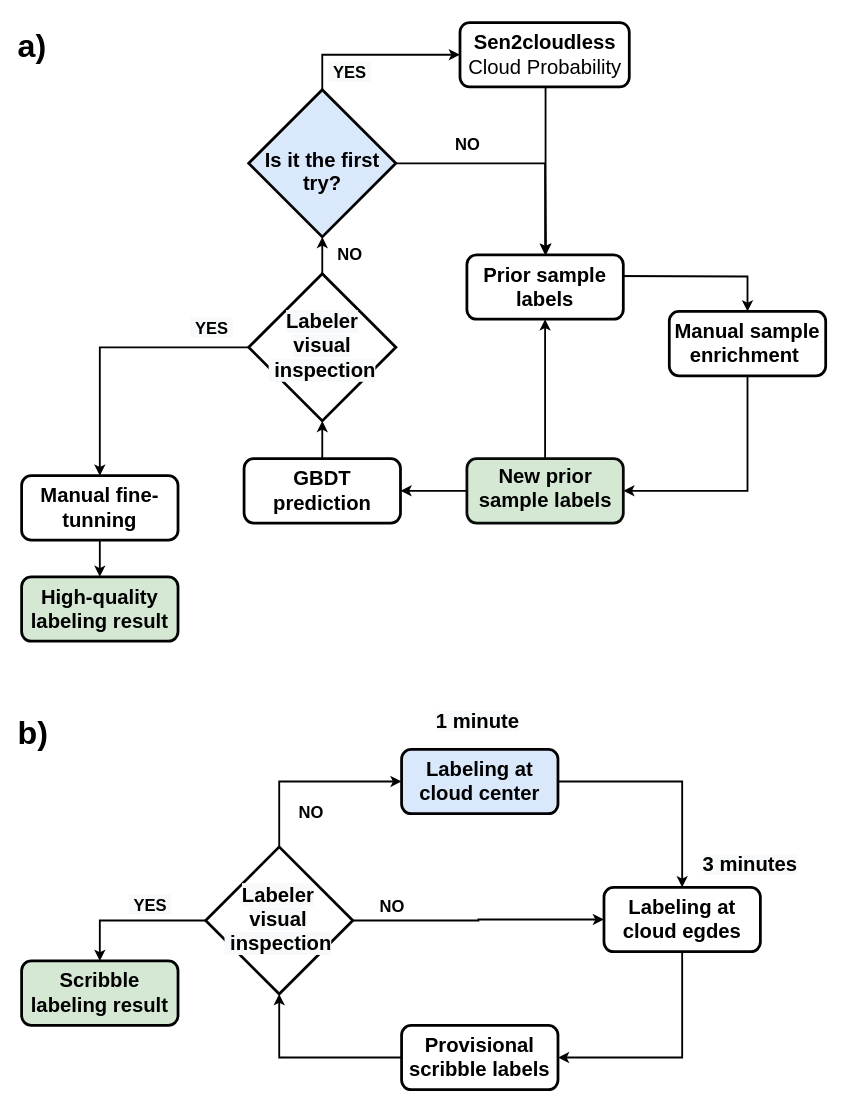
The draw.io diagram figure07/figure07.drawio in cloudsen12/figures, before the edit. Source tidied: cells renumbered, new cells numbered last; positions are measured from the earlier drawing's top-left corner, leaving out a move shared by most shapes. Both pictures are drawn from the tidied source at 92%, with x=0, y=0 at pixel (16, 16).
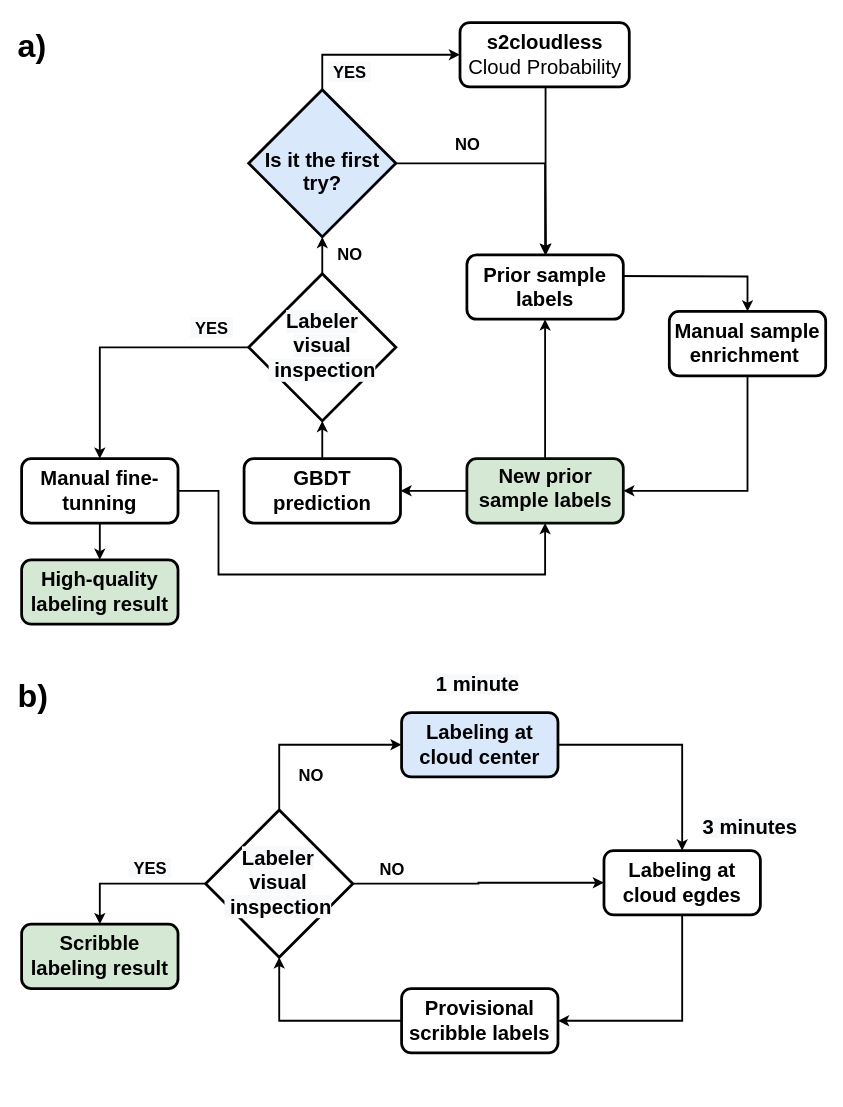
The same page after the edit.

The change refers to these unchanged cells:
```xml
<mxCell id="39" style="rounded=1;whiteSpace=wrap;html=1;fontSize=20;strokeWidth=3;fillColor=#d5e8d4;strokeColor=#070A06;" parent="1" vertex="1">
  <mxGeometry x="490" y="481" width="170" height="70" as="geometry" />
</mxCell>
```

Diff of the diagram source:
```diff
@@
     <mxCell id="2" style="rhombus;whiteSpace=wrap;html=1;strokeWidth=3;fillColor=none;" parent="1" vertex="1">
-      <mxGeometry x="206" y="903" width="160" height="160" as="geometry" />
+      <mxGeometry x="206" y="863" width="160" height="160" as="geometry" />
     </mxCell>
@@
     <mxCell id="6" value="&lt;b&gt;&lt;font style=&quot;font-size: 22px&quot;&gt;Labeling at cloud center&lt;/font&gt;&lt;/b&gt;" style="rounded=1;whiteSpace=wrap;html=1;fontSize=20;strokeWidth=3;fillColor=#dae8fc;" parent="1" vertex="1">
-      <mxGeometry x="419" y="797" width="170" height="70" as="geometry" />
+      <mxGeometry x="419" y="757" width="170" height="70" as="geometry" />
     </mxCell>
@@
     <mxCell id="8" value="&lt;b&gt;&lt;font style=&quot;font-size: 22px&quot;&gt;Labeling at cloud egdes&lt;/font&gt;&lt;/b&gt;" style="rounded=1;whiteSpace=wrap;html=1;fontSize=20;strokeWidth=3;" parent="1" vertex="1">
-      <mxGeometry x="639" y="947" width="170" height="70" as="geometry" />
+      <mxGeometry x="639" y="907" width="170" height="70" as="geometry" />
     </mxCell>
@@
     <mxCell id="10" value="&lt;b&gt;&lt;font style=&quot;font-size: 22px&quot;&gt;Provisional scribble labels&lt;/font&gt;&lt;/b&gt;" style="rounded=1;whiteSpace=wrap;html=1;fontSize=20;strokeWidth=3;" parent="1" vertex="1">
-      <mxGeometry x="419" y="1097" width="170" height="70" as="geometry" />
+      <mxGeometry x="419" y="1057" width="170" height="70" as="geometry" />
     </mxCell>
     <mxCell id="11" value="&lt;b&gt;&lt;font style=&quot;font-size: 22px&quot;&gt;Scribble labeling result&lt;/font&gt;&lt;/b&gt;" style="rounded=1;whiteSpace=wrap;html=1;fontSize=20;strokeWidth=3;fillColor=#d5e8d4;" parent="1" vertex="1">
-      <mxGeometry x="6" y="1027" width="170" height="70" as="geometry" />
+      <mxGeometry x="6" y="987" width="170" height="70" as="geometry" />
     </mxCell>
     <mxCell id="12" value="&lt;b style=&quot;color: rgb(0 , 0 , 0) ; font-family: &amp;#34;helvetica&amp;#34; ; font-style: normal ; letter-spacing: normal ; text-indent: 0px ; text-transform: none ; word-spacing: 0px ; background-color: rgb(248 , 249 , 250)&quot;&gt;&lt;font style=&quot;font-size: 22px&quot;&gt;1 minute&lt;/font&gt;&lt;/b&gt;" style="text;whiteSpace=wrap;html=1;fontSize=20;align=center;" parent="1" vertex="1">
-      <mxGeometry x="444" y="747" width="116" height="40" as="geometry" />
+      <mxGeometry x="444" y="707" width="116" height="40" as="geometry" />
     </mxCell>
     <mxCell id="13" value="&lt;b style=&quot;color: rgb(0 , 0 , 0) ; font-family: &amp;#34;helvetica&amp;#34; ; font-style: normal ; letter-spacing: normal ; text-indent: 0px ; text-transform: none ; word-spacing: 0px ; background-color: rgb(248 , 249 , 250)&quot;&gt;&lt;font style=&quot;font-size: 22px&quot;&gt;3 minutes&lt;/font&gt;&lt;/b&gt;" style="text;whiteSpace=wrap;html=1;fontSize=20;align=center;" parent="1" vertex="1">
-      <mxGeometry x="740" y="903" width="116" height="40" as="geometry" />
+      <mxGeometry x="740" y="863" width="116" height="40" as="geometry" />
     </mxCell>
@@
     <mxCell id="15" value="&lt;div style=&quot;text-align: center&quot;&gt;&lt;font face=&quot;helvetica&quot; size=&quot;1&quot;&gt;&lt;b style=&quot;font-size: 35px&quot;&gt;b)&lt;/b&gt;&lt;/font&gt;&lt;/div&gt;" style="text;whiteSpace=wrap;html=1;fontSize=40;" parent="1" vertex="1">
-      <mxGeometry y="747" width="70" height="62" as="geometry" />
+      <mxGeometry y="707" width="70" height="62" as="geometry" />
     </mxCell>
     <mxCell id="16" value="&lt;b style=&quot;color: rgb(0 , 0 , 0) ; font-family: &amp;#34;helvetica&amp;#34; ; font-size: 22px ; font-style: normal ; letter-spacing: normal ; text-indent: 0px ; text-transform: none ; word-spacing: 0px ; background-color: rgb(248 , 249 , 250)&quot;&gt;Labeler visual&lt;br&gt;&amp;nbsp;inspection&lt;/b&gt;" style="text;whiteSpace=wrap;html=1;align=center;" parent="1" vertex="1">
-      <mxGeometry x="220" y="936" width="130" height="60" as="geometry" />
+      <mxGeometry x="220" y="896" width="130" height="60" as="geometry" />
     </mxCell>
@@
     <mxCell id="20" value="&lt;b style=&quot;color: rgb(0 , 0 , 0) ; font-family: &amp;#34;helvetica&amp;#34; ; font-size: 20px ; font-style: normal ; letter-spacing: normal ; text-indent: 0px ; text-transform: none ; word-spacing: 0px ; background-color: rgb(248 , 249 , 250)&quot;&gt;&lt;font style=&quot;font-size: 18px&quot;&gt;&amp;nbsp;YES&amp;nbsp;&lt;/font&gt;&lt;/b&gt;" style="text;whiteSpace=wrap;html=1;fontSize=20;align=center;" parent="1" vertex="1">
-      <mxGeometry x="106" y="947" width="80" height="44" as="geometry" />
+      <mxGeometry x="106" y="907" width="80" height="44" as="geometry" />
     </mxCell>
     <mxCell id="21" value="&lt;b style=&quot;font-family: helvetica; font-size: 20px; font-style: normal; letter-spacing: normal; text-indent: 0px; text-transform: none; word-spacing: 0px;&quot;&gt;&lt;font style=&quot;font-size: 18px&quot;&gt;NO&lt;/font&gt;&lt;/b&gt;" style="text;whiteSpace=wrap;html=1;fontSize=20;align=center;labelBackgroundColor=none;labelBorderColor=none;" parent="1" vertex="1">
-      <mxGeometry x="296" y="846" width="50" height="40" as="geometry" />
+      <mxGeometry x="296" y="806" width="50" height="40" as="geometry" />
     </mxCell>
     <mxCell id="22" value="&lt;b style=&quot;font-family: helvetica; font-size: 20px; font-style: normal; letter-spacing: normal; text-indent: 0px; text-transform: none; word-spacing: 0px;&quot;&gt;&lt;font style=&quot;font-size: 18px&quot;&gt;NO&lt;/font&gt;&lt;/b&gt;" style="text;whiteSpace=wrap;html=1;fontSize=20;align=center;labelBackgroundColor=none;labelBorderColor=none;" parent="1" vertex="1">
-      <mxGeometry x="383.8" y="948" width="50" height="40" as="geometry" />
+      <mxGeometry x="383.8" y="908" width="50" height="40" as="geometry" />
     </mxCell>
@@
+    <mxCell id="50" style="edgeStyle=orthogonalEdgeStyle;rounded=0;jettySize=auto;html=1;exitX=1;exitY=0.5;exitDx=0;exitDy=0;entryX=0.5;entryY=1;entryDx=0;entryDy=0;strokeWidth=2;" parent="1" edge="1" source="30" target="39">
+      <mxGeometry relative="1" as="geometry">
+        <Array as="points">
+          <mxPoint x="220" y="516" />
+          <mxPoint x="220" y="607" />
+          <mxPoint x="575" y="607" />
+        </Array>
+      </mxGeometry>
+    </mxCell>
     <mxCell id="30" value="&lt;b&gt;&lt;font style=&quot;font-size: 22px&quot;&gt;Manual fine-tunning&lt;/font&gt;&lt;/b&gt;" style="rounded=1;whiteSpace=wrap;html=1;fontSize=20;strokeWidth=3;" parent="1" vertex="1">
-      <mxGeometry x="6" y="499.5" width="170" height="70" as="geometry" />
+      <mxGeometry x="6" y="481" width="170" height="70" as="geometry" />
     </mxCell>
@@
     <mxCell id="32" value="&lt;b&gt;&lt;font style=&quot;font-size: 22px&quot;&gt;High-quality labeling result&lt;/font&gt;&lt;/b&gt;" style="rounded=1;whiteSpace=wrap;html=1;fontSize=20;strokeWidth=3;fillColor=#d5e8d4;" parent="1" vertex="1">
-      <mxGeometry x="6" y="609.5" width="170" height="70" as="geometry" />
+      <mxGeometry x="6" y="591" width="170" height="70" as="geometry" />
     </mxCell>
@@
-    <mxCell id="46" value="&lt;font style=&quot;font-size: 22px&quot;&gt;&lt;b&gt;Sen2cloudless&lt;br&gt;&lt;/b&gt;Cloud Probability&lt;/font&gt;" style="rounded=1;whiteSpace=wrap;html=1;fontSize=20;strokeWidth=3;" parent="1" vertex="1">
+    <mxCell id="46" value="&lt;font style=&quot;font-size: 22px&quot;&gt;&lt;b&gt;s2cloudless&lt;br&gt;&lt;/b&gt;Cloud Probability&lt;/font&gt;" style="rounded=1;whiteSpace=wrap;html=1;fontSize=20;strokeWidth=3;" parent="1" vertex="1">
       <mxGeometry x="482.5" y="7" width="184" height="70" as="geometry" />
     </mxCell>
```
